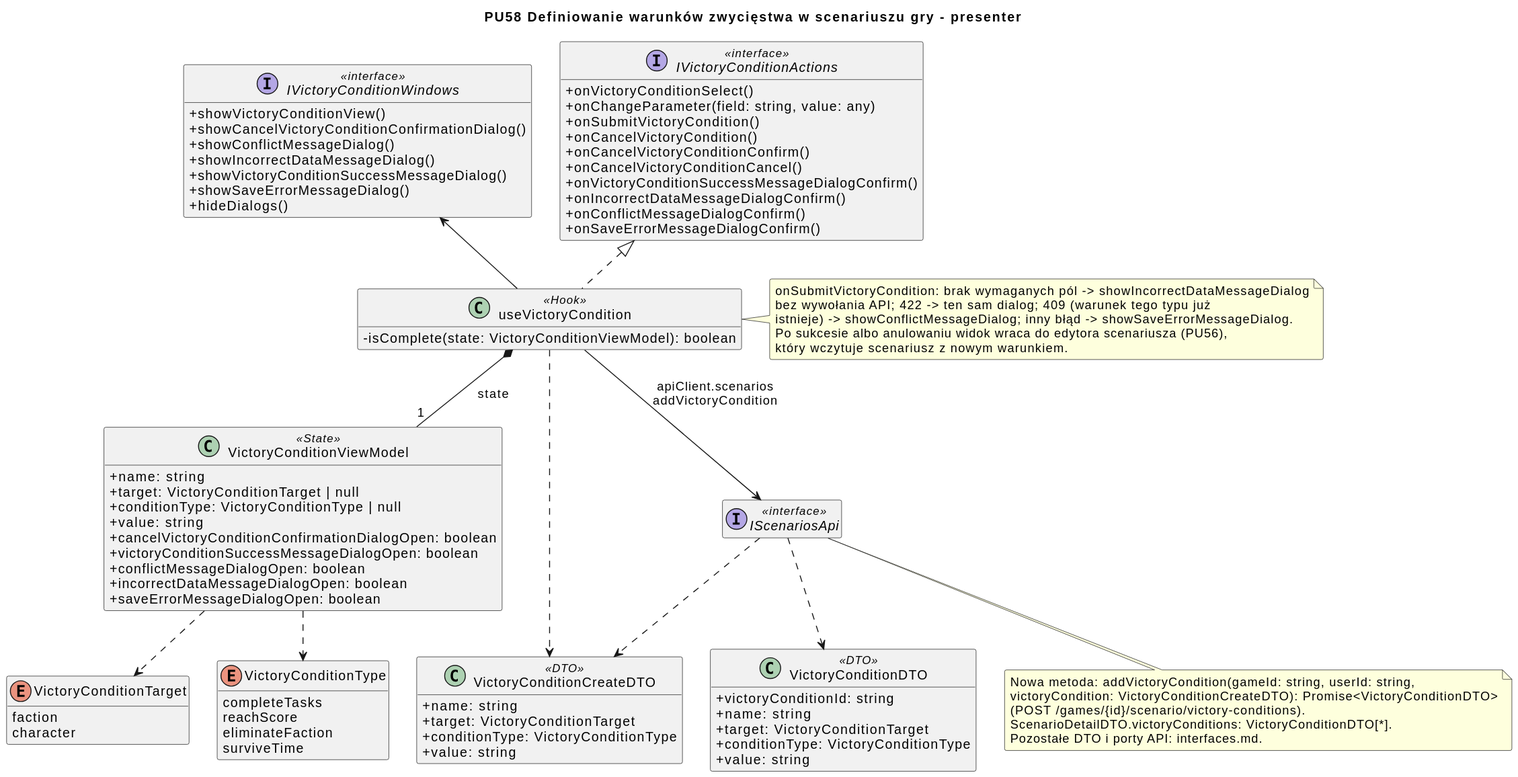
Above: diagrams/frontend/rendered/victory-condition-presenter.svg in Igor-Ochocki/POP-2026Z (PlantUML), before the change.
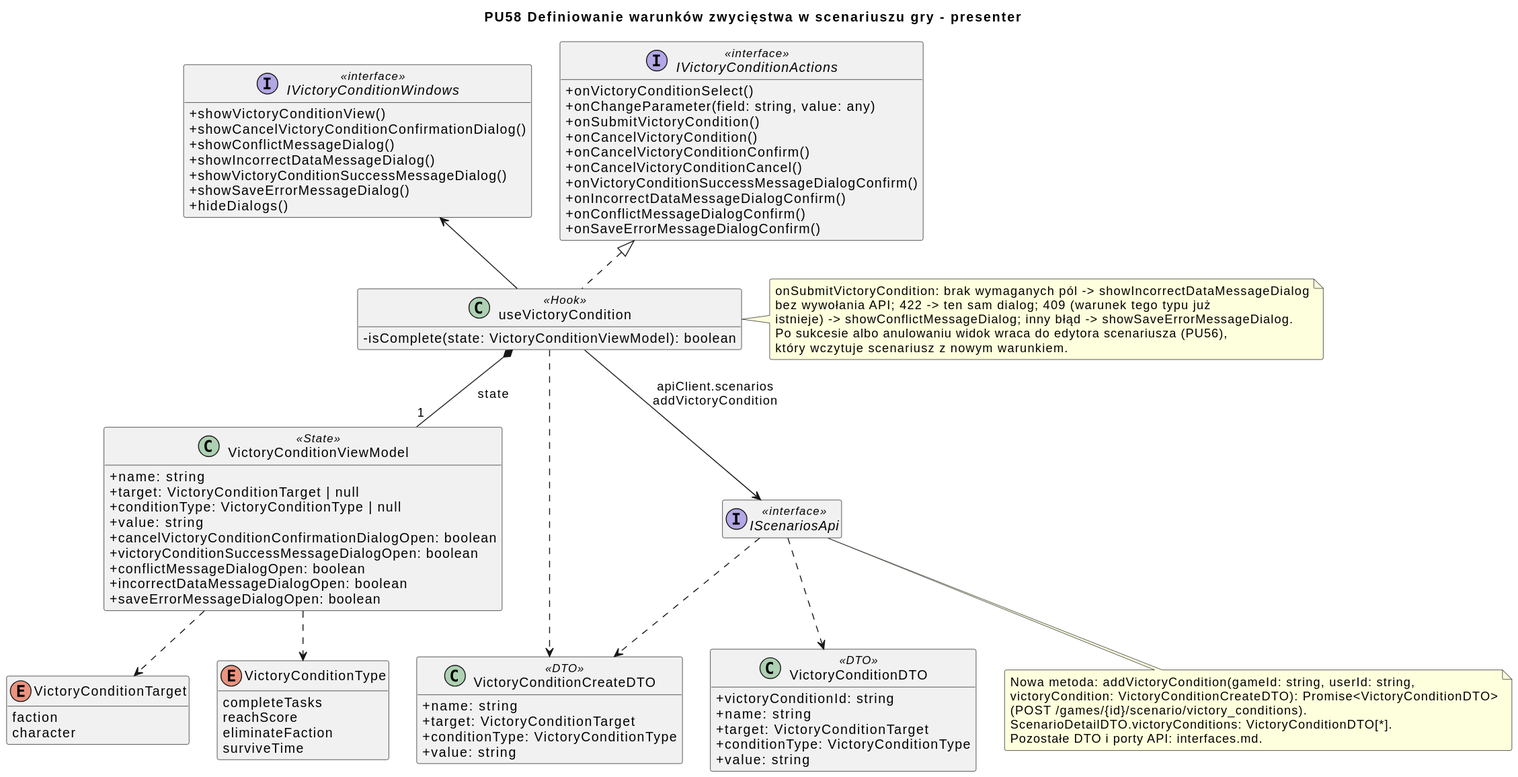
After the commit.

Commit message:
PU58/fe: ścieżka victory_conditions w notce presentera

Diff of the diagram source:
```diff
@@ -99,7 +99,7 @@
 note bottom of IScenariosApi
     Nowa metoda: addVictoryCondition(gameId: string, userId: string,
     victoryCondition: VictoryConditionCreateDTO): Promise<VictoryConditionDTO>
-    (POST /games/{id}/scenario/victory-conditions).
+    (POST /games/{id}/scenario/victory_conditions).
     ScenarioDetailDTO.victoryConditions: VictoryConditionDTO[*].
     Pozostałe DTO i porty API: interfaces.md.
 end note
```
